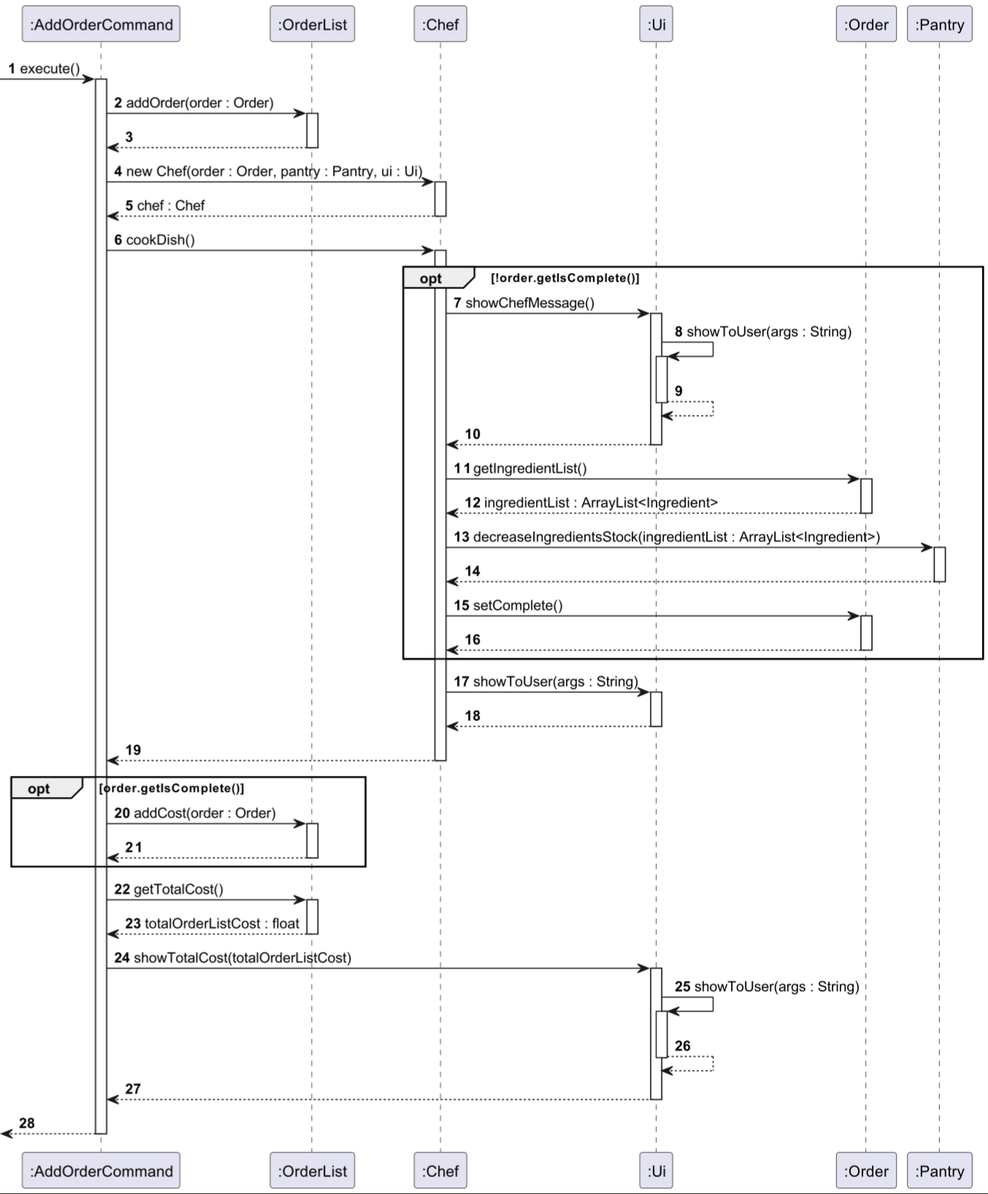
nus-cs2113-AY2324S1/tp keeps this PlantUML diagram as docs/images/sequence/AddOrderCommand_execute.png. Above is the earlier version. Its source is kept beside it as docs/diagrams/sequence/AddOrderCommand_execute.puml.
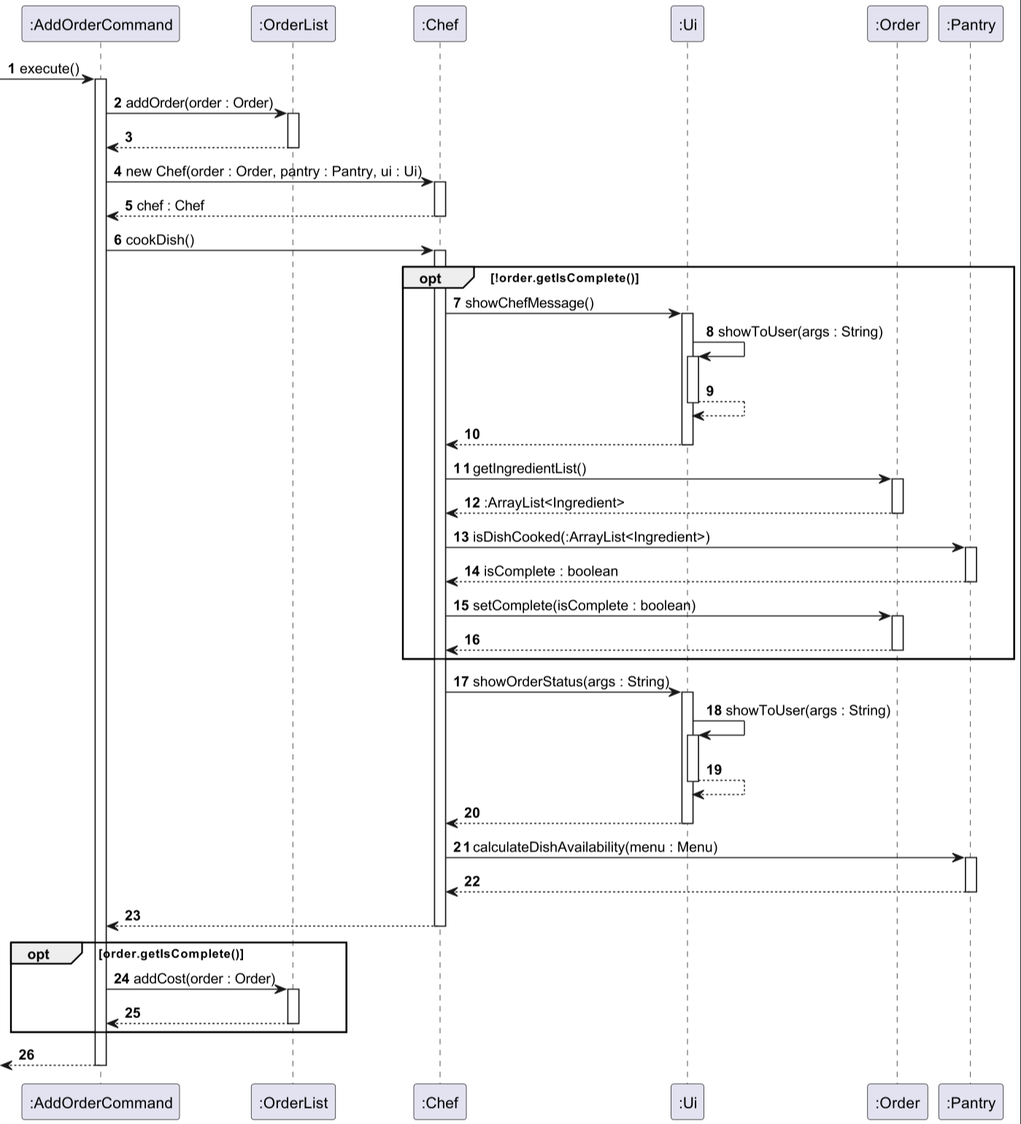
Above is the later version.

Change to the diagram source:
```diff
@@ -21,16 +21,22 @@
             return
             ":Chef" -> ":Order" : getIngredientList()
                 activate ":Order"
-            return ingredientList : ArrayList<Ingredient>
-            ":Chef" -> ":Pantry" : decreaseIngredientsStock(ingredientList : ArrayList<Ingredient>)
+            return :ArrayList<Ingredient>
+            ":Chef" -> ":Pantry" : isDishCooked(:ArrayList<Ingredient>)
                 activate ":Pantry"
-            return
-            ":Chef" -> ":Order" : setComplete()
+            return isComplete : boolean
+            ":Chef" -> ":Order" : setComplete(isComplete : boolean)
                 activate ":Order"
             return
         end
-        ":Chef" -> ":Ui" : showToUser(args : String)
+        ":Chef" -> ":Ui" : showOrderStatus(args : String)
             activate ":Ui"
+            ":Ui" -> ":Ui" : showToUser(args : String)
+                activate ":Ui"
+            return
+        return
+        ":Chef" -> ":Pantry" : calculateDishAvailability(menu : Menu)
+            activate ":Pantry"
             return
         return
     opt order.getIsComplete()
@@ -38,14 +44,5 @@
         activate ":OrderList"
         return
     end
-    ":AddOrderCommand" -> ":OrderList" : getTotalCost()
-        activate ":OrderList"
-        return totalOrderListCost : float
-    ":AddOrderCommand" -> ":Ui" : showTotalCost(totalOrderListCost)
-        activate ":Ui"
-        ":Ui" -> ":Ui" : showToUser(args : String)
-            activate ":Ui"
-        return
-    return
 return
 @enduml
```
